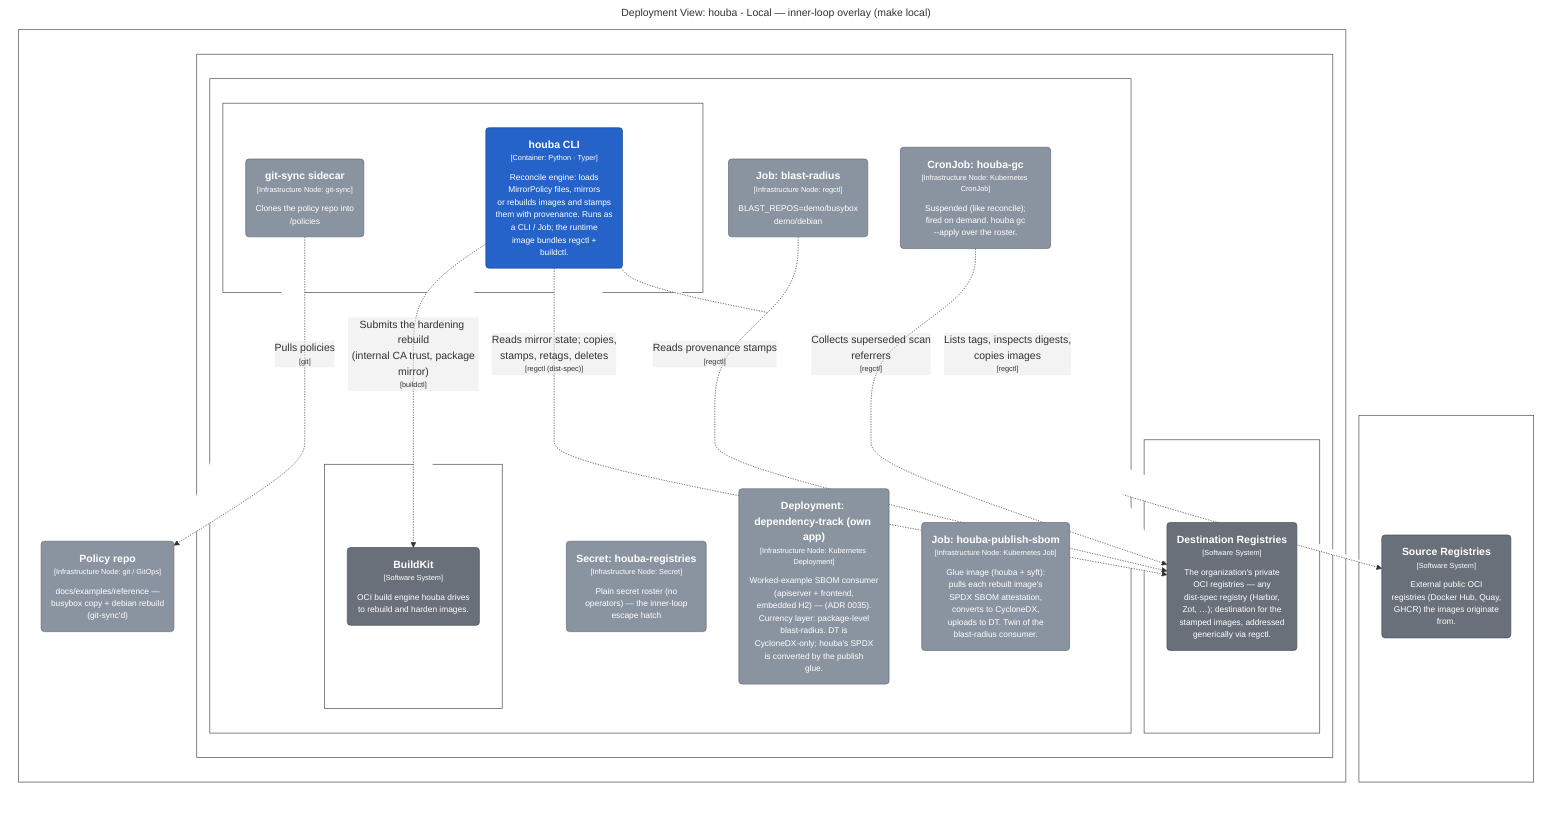
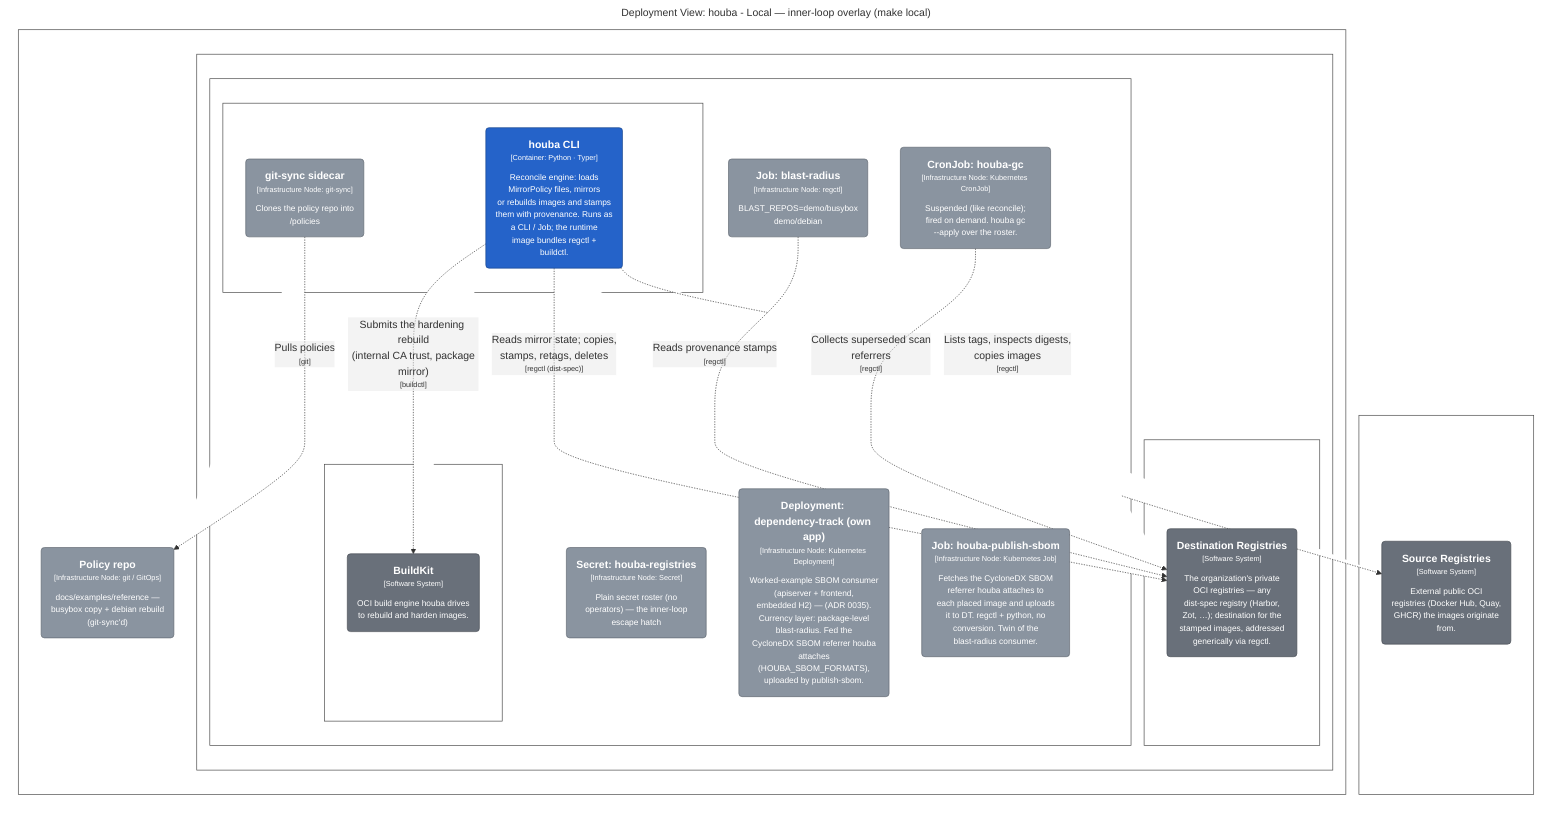
graph LR
  linkStyle default fill:#ffffff

  subgraph diagram ["Deployment View: houba - Local — inner-loop overlay (make local)"]
    style diagram fill:#ffffff,stroke:#ffffff

    subgraph 207 ["Operator host"]
      style 207 fill:#ffffff,stroke:#444444,color:#ffffff

      208("<div style='font-weight: bold'>Policy repo</div><div style='font-size: 70%; margin-top: 0px'>[Infrastructure Node: git / GitOps]</div><div style='font-size: 80%; margin-top:10px'>docs/examples/reference —<br />busybox copy + debian rebuild<br />(git-sync'd)</div>")
      style 208 fill:#8a94a0,stroke:#606770,color:#ffffff
      subgraph 209 ["kind cluster"]
        style 209 fill:#ffffff,stroke:#444444,color:#ffffff

        subgraph 210 ["namespace: houba"]
          style 210 fill:#ffffff,stroke:#444444,color:#ffffff

          subgraph 211 ["CronJob: houba-reconcile"]
            style 211 fill:#ffffff,stroke:#444444,color:#ffffff

            212("<div style='font-weight: bold'>houba CLI</div><div style='font-size: 70%; margin-top: 0px'>[Container: Python · Typer]</div><div style='font-size: 80%; margin-top:10px'>Reconcile engine: loads<br />MirrorPolicy files, mirrors<br />or rebuilds images and stamps<br />them with provenance. Runs as<br />a CLI / Job; the runtime<br />image bundles regctl +<br />buildctl.</div>")
            style 212 fill:#2563c9,stroke:#19458c,color:#ffffff
            213("<div style='font-weight: bold'>git-sync sidecar</div><div style='font-size: 70%; margin-top: 0px'>[Infrastructure Node: git-sync]</div><div style='font-size: 80%; margin-top:10px'>Clones the policy repo into<br />/policies</div>")
            style 213 fill:#8a94a0,stroke:#606770,color:#ffffff
          end

          subgraph 214 ["Deployment: buildkitd"]
            style 214 fill:#ffffff,stroke:#444444,color:#ffffff

            215("<div style='font-weight: bold'>BuildKit</div><div style='font-size: 70%; margin-top: 0px'>[Software System]</div><div style='font-size: 80%; margin-top:10px'>OCI build engine houba drives<br />to rebuild and harden images.</div>")
            style 215 fill:#69707a,stroke:#494e55,color:#ffffff
          end

          217("<div style='font-weight: bold'>Secret: houba-registries</div><div style='font-size: 70%; margin-top: 0px'>[Infrastructure Node: Secret]</div><div style='font-size: 80%; margin-top:10px'>Plain secret roster (no<br />operators) — the inner-loop<br />escape hatch</div>")
          style 217 fill:#8a94a0,stroke:#606770,color:#ffffff
          218("<div style='font-weight: bold'>Job: blast-radius</div><div style='font-size: 70%; margin-top: 0px'>[Infrastructure Node: regctl]</div><div style='font-size: 80%; margin-top:10px'>BLAST_REPOS=demo/busybox<br />demo/debian</div>")
          style 218 fill:#8a94a0,stroke:#606770,color:#ffffff
          219("<div style='font-weight: bold'>CronJob: houba-gc</div><div style='font-size: 70%; margin-top: 0px'>[Infrastructure Node: Kubernetes CronJob]</div><div style='font-size: 80%; margin-top:10px'>Suspended (like reconcile);<br />fired on demand. houba gc<br />--apply over the roster.</div>")
          style 219 fill:#8a94a0,stroke:#606770,color:#ffffff
-           220("<div style='font-weight: bold'>Deployment: dependency-track (own app)</div><div style='font-size: 70%; margin-top: 0px'>[Infrastructure Node: Kubernetes Deployment]</div><div style='font-size: 80%; margin-top:10px'>Worked-example SBOM consumer<br />(apiserver + frontend,<br />embedded H2) — (ADR 0035).<br />Currency layer: package-level<br />blast-radius. DT is<br />CycloneDX-only; houba's SPDX<br />is converted by the publish<br />glue.</div>")
+           220("<div style='font-weight: bold'>Deployment: dependency-track (own app)</div><div style='font-size: 70%; margin-top: 0px'>[Infrastructure Node: Kubernetes Deployment]</div><div style='font-size: 80%; margin-top:10px'>Worked-example SBOM consumer<br />(apiserver + frontend,<br />embedded H2) — (ADR 0035).<br />Currency layer: package-level<br />blast-radius. Fed the<br />CycloneDX SBOM referrer houba<br />attaches<br />(HOUBA_SBOM_FORMATS),<br />uploaded by publish-sbom.</div>")
          style 220 fill:#8a94a0,stroke:#606770,color:#ffffff
-           221("<div style='font-weight: bold'>Job: houba-publish-sbom</div><div style='font-size: 70%; margin-top: 0px'>[Infrastructure Node: Kubernetes Job]</div><div style='font-size: 80%; margin-top:10px'>Glue image (houba + syft):<br />pulls each rebuilt image's<br />SPDX SBOM attestation,<br />converts to CycloneDX,<br />uploads to DT. Twin of the<br />blast-radius consumer.</div>")
+           221("<div style='font-weight: bold'>Job: houba-publish-sbom</div><div style='font-size: 70%; margin-top: 0px'>[Infrastructure Node: Kubernetes Job]</div><div style='font-size: 80%; margin-top:10px'>Fetches the CycloneDX SBOM<br />referrer houba attaches to<br />each placed image and uploads<br />it to DT. regctl + python, no<br />conversion. Twin of the<br />blast-radius consumer.</div>")
          style 221 fill:#8a94a0,stroke:#606770,color:#ffffff
        end

        subgraph 222 ["namespace: registry"]
          style 222 fill:#ffffff,stroke:#444444,color:#ffffff

          223("<div style='font-weight: bold'>Destination Registries</div><div style='font-size: 70%; margin-top: 0px'>[Software System]</div><div style='font-size: 80%; margin-top:10px'>The organization's private<br />OCI registries — any<br />dist-spec registry (Harbor,<br />Zot, …); destination for the<br />stamped images, addressed<br />generically via regctl.</div>")
          style 223 fill:#69707a,stroke:#494e55,color:#ffffff
        end

      end

    end

    subgraph 225 ["Internet"]
      style 225 fill:#ffffff,stroke:#444444,color:#ffffff

      226("<div style='font-weight: bold'>Source Registries</div><div style='font-size: 70%; margin-top: 0px'>[Software System]</div><div style='font-size: 80%; margin-top:10px'>External public OCI<br />registries (Docker Hub, Quay,<br />GHCR) the images originate<br />from.</div>")
      style 226 fill:#69707a,stroke:#494e55,color:#ffffff
    end

    212-. "<div>Submits the hardening rebuild<br />(internal CA trust, package<br />mirror)</div><div style='font-size: 70%'>[buildctl]</div>" .->215
    212-. "<div>Reads mirror state; copies,<br />stamps, retags, deletes</div><div style='font-size: 70%'>[regctl (dist-spec)]</div>" .->223
    212-. "<div>Lists tags, inspects digests,<br />copies images</div><div style='font-size: 70%'>[regctl]</div>" .->226
    213-. "<div>Pulls policies</div><div style='font-size: 70%'>[git]</div>" .->208
    218-. "<div>Reads provenance stamps</div><div style='font-size: 70%'>[regctl]</div>" .->223
    219-. "<div>Collects superseded scan<br />referrers</div><div style='font-size: 70%'>[regctl]</div>" .->223

  end